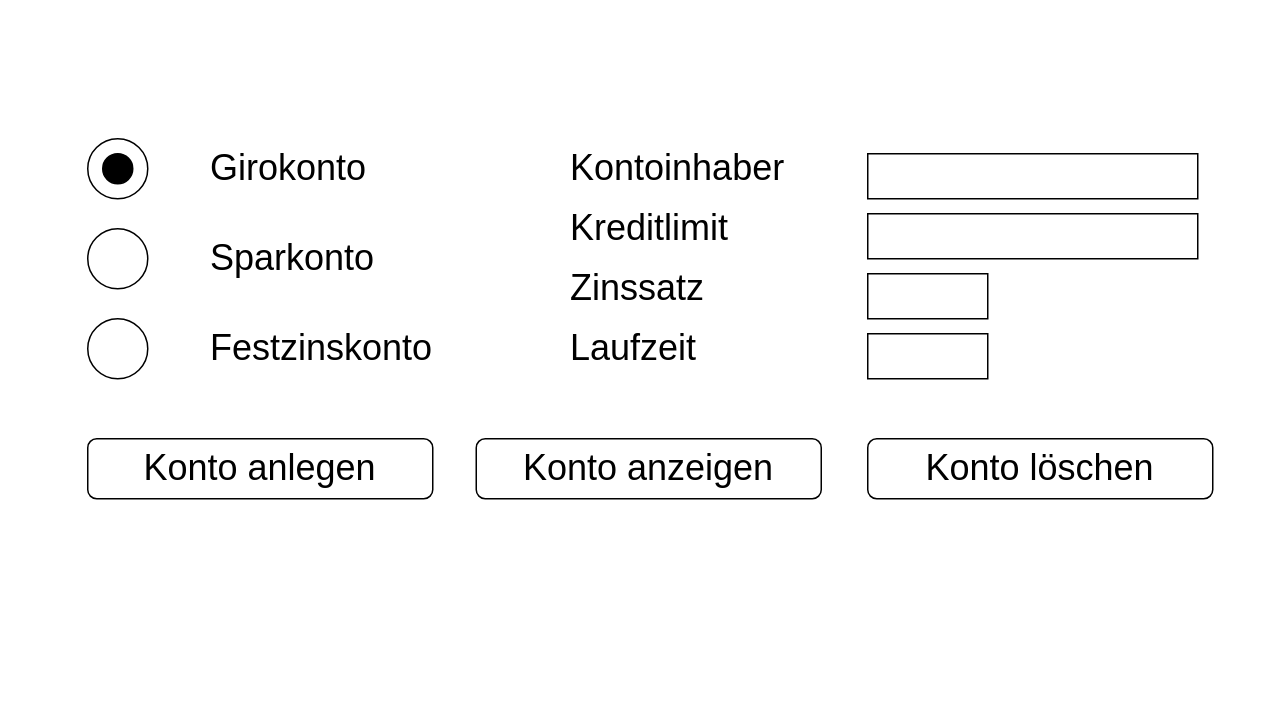
This is src/Kontoverwaltung_v3_Wireframe_NeuesKonto.drawio from SRH-WI-2512/2512_Kontoverwaltung, a draw.io file, before an edit. Source tidied: cells renumbered, new cells numbered last; positions are measured from the earlier drawing's top-left corner, leaving out a move shared by most shapes. Both pictures are drawn from the tidied source at 150%, with x=0, y=0 at pixel (87, 138).
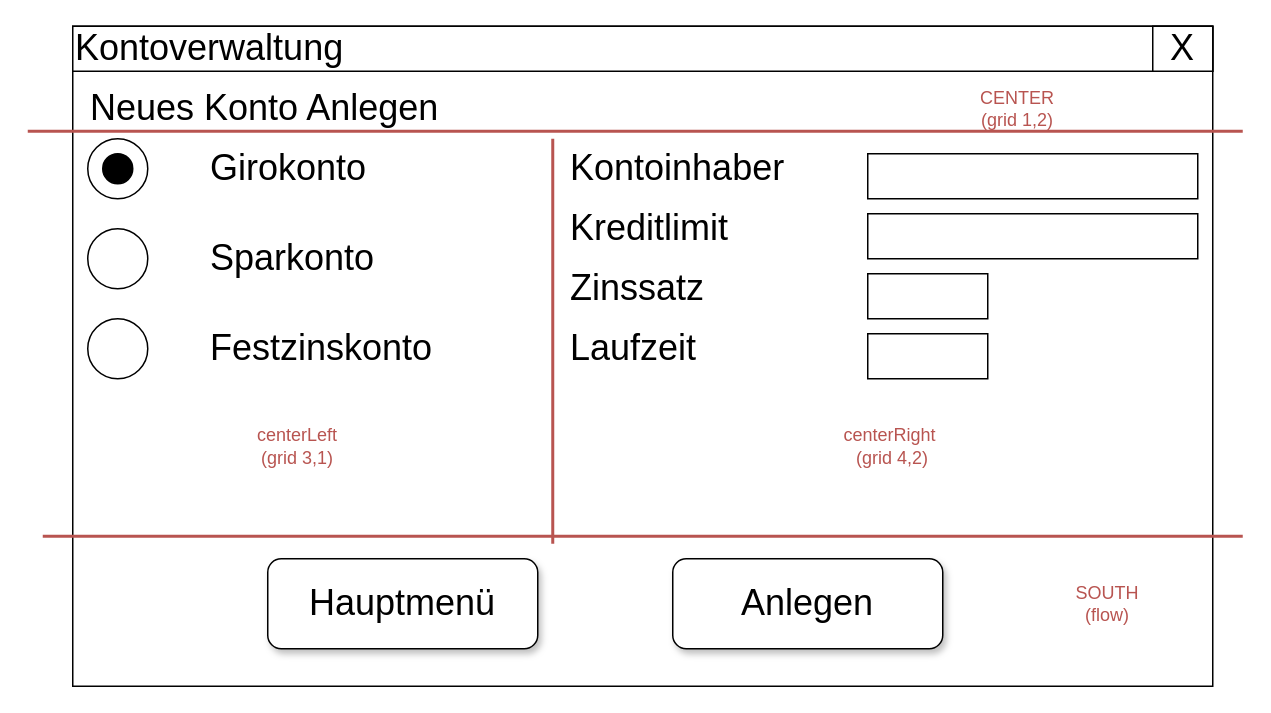
The same diagram, later.

Diff of the diagram source:
```diff
@@
+    <mxCell id="20" style="rounded=0;whiteSpace=wrap;html=1;" parent="1" vertex="1">
+      <mxGeometry x="-10" y="-75" width="760" height="440" as="geometry" />
+    </mxCell>
+    <mxCell id="21" value="&lt;div align=&quot;left&quot;&gt;Kontoverwaltung&lt;/div&gt;" style="rounded=0;whiteSpace=wrap;html=1;fontSize=24;align=left;" parent="1" vertex="1">
+      <mxGeometry x="-10" y="-75" width="760" height="30" as="geometry" />
+    </mxCell>
+    <mxCell id="22" value="Hauptmenü" style="rounded=1;whiteSpace=wrap;html=1;fontSize=24;shadow=1;" parent="1" vertex="1">
+      <mxGeometry x="120" y="280" width="180" height="60" as="geometry" />
+    </mxCell>
+    <mxCell id="23" value="Anlegen" style="rounded=1;whiteSpace=wrap;html=1;fontSize=24;shadow=1;" parent="1" vertex="1">
+      <mxGeometry x="390" y="280" width="180" height="60" as="geometry" />
+    </mxCell>
+    <mxCell id="24" value="X" style="rounded=0;whiteSpace=wrap;html=1;shadow=0;fontSize=24;" parent="1" vertex="1">
+      <mxGeometry x="710" y="-75" width="40" height="30" as="geometry" />
+    </mxCell>
+    <mxCell id="25" value="Neues Konto Anlegen" style="text;html=1;strokeColor=none;fillColor=none;align=left;verticalAlign=middle;whiteSpace=wrap;rounded=0;shadow=0;fontSize=24;" parent="1" vertex="1">
+      <mxGeometry y="-35" width="400" height="30" as="geometry" />
+    </mxCell>
+    <mxCell id="26" style="endArrow=none;html=1;rounded=0;fillColor=#f8cecc;strokeColor=#B85450;strokeWidth=2;" parent="1" edge="1">
+      <mxGeometry relative="1" as="geometry">
+        <mxPoint x="-40" y="-5" as="sourcePoint" />
+        <mxPoint x="770" y="-5" as="targetPoint" />
+      </mxGeometry>
+    </mxCell>
+    <mxCell id="27" style="endArrow=none;html=1;rounded=0;strokeColor=#B85450;strokeWidth=2;" parent="1" edge="1">
+      <mxGeometry relative="1" as="geometry">
+        <mxPoint x="-30" y="265" as="sourcePoint" />
+        <mxPoint x="770" y="265" as="targetPoint" />
+      </mxGeometry>
+    </mxCell>
+    <mxCell id="28" value="SOUTH (flow)" style="text;html=1;strokeColor=none;fillColor=none;align=center;verticalAlign=middle;whiteSpace=wrap;rounded=0;fontColor=#B85450;" parent="1" vertex="1">
+      <mxGeometry x="650" y="295" width="60" height="30" as="geometry" />
+    </mxCell>
+    <mxCell id="29" value="CENTER (grid 1,2)" style="text;html=1;strokeColor=none;fillColor=none;align=center;verticalAlign=middle;whiteSpace=wrap;rounded=0;fontColor=#B85450;" parent="1" vertex="1">
+      <mxGeometry x="590" y="-35" width="60" height="30" as="geometry" />
+    </mxCell>
@@
-    <mxCell id="8" value="Konto anzeigen" style="rounded=1;whiteSpace=wrap;html=1;fontSize=24;" parent="1" vertex="1">
-      <mxGeometry x="259" y="200" width="230" height="40" as="geometry" />
-    </mxCell>
@@
-    <mxCell id="18" value="Konto anlegen" style="rounded=1;whiteSpace=wrap;html=1;fontSize=24;" parent="1" vertex="1">
-      <mxGeometry y="200" width="230" height="40" as="geometry" />
-    </mxCell>
-    <mxCell id="19" value="Konto löschen" style="rounded=1;whiteSpace=wrap;html=1;fontSize=24;" parent="1" vertex="1">
-      <mxGeometry x="520" y="200" width="230" height="40" as="geometry" />
-    </mxCell>
+    <mxCell id="30" style="endArrow=none;html=1;rounded=0;strokeColor=#B85450;strokeWidth=2;" parent="1" edge="1">
+      <mxGeometry relative="1" as="geometry">
+        <mxPoint x="310" as="sourcePoint" />
+        <mxPoint x="310" y="270" as="targetPoint" />
+      </mxGeometry>
+    </mxCell>
+    <mxCell id="31" value="&lt;div&gt;centerLeft (grid 3,1)&lt;/div&gt;" style="text;html=1;strokeColor=none;fillColor=none;align=center;verticalAlign=middle;whiteSpace=wrap;rounded=0;fontColor=#B85450;" parent="1" vertex="1">
+      <mxGeometry x="110" y="190" width="60" height="30" as="geometry" />
+    </mxCell>
+    <mxCell id="32" value="&lt;div&gt;centerRight&lt;/div&gt;&amp;nbsp;(grid 4,2)" style="text;html=1;strokeColor=none;fillColor=none;align=center;verticalAlign=middle;whiteSpace=wrap;rounded=0;fontColor=#B85450;" parent="1" vertex="1">
+      <mxGeometry x="500" y="190" width="70" height="30" as="geometry" />
+    </mxCell>
```
